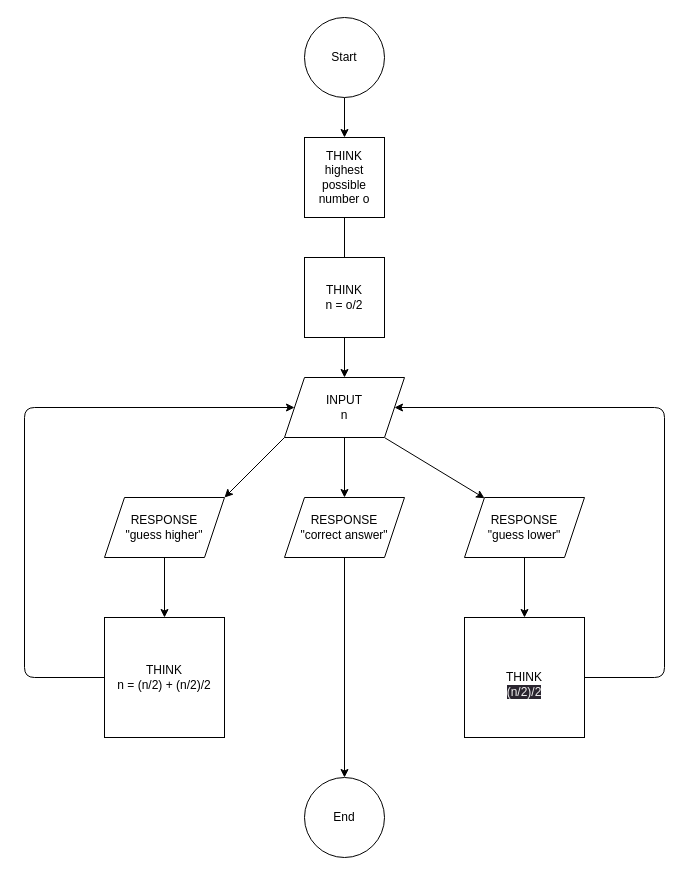
Above: basic/strategy.drawio in Sven-ja/algorithms-datastructures--day1 (draw.io), before the change. Source tidied: cells renumbered, new cells numbered last; positions are measured from the earlier drawing's top-left corner, leaving out a move shared by most shapes. Both pictures are drawn from the tidied source at 100%, with x=0, y=0 at pixel (24, 17).
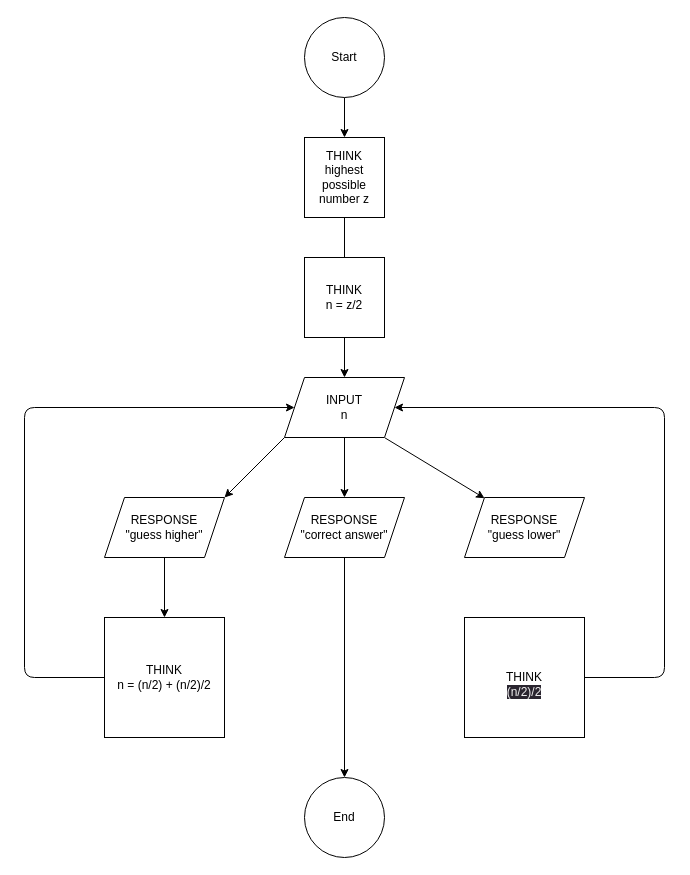
The same page after the edit.

Commit message (it also covers changes not shown here):
finished basic exercise

Unchanged cells that the change refers to:
```xml
<mxCell id="12" value="RESPONSE&lt;br&gt;&quot;guess lower&quot;" style="shape=parallelogram;perimeter=parallelogramPerimeter;whiteSpace=wrap;html=1;fixedSize=1;" parent="1" vertex="1">
  <mxGeometry x="440" y="480" width="120" height="60" as="geometry" />
</mxCell>
<mxCell id="19" value="&lt;br&gt;THINK&lt;br style=&quot;border-color: rgb(0, 0, 0); color: rgb(240, 240, 240); font-family: Helvetica; font-size: 12px; font-style: normal; font-variant-ligatures: normal; font-variant-caps: normal; font-weight: 400; letter-spacing: normal; orphans: 2; text-align: center; text-indent: 0px; text-transform: none; widows: 2; word-spacing: 0px; -webkit-text-stroke-width: 0px; background-color: rgb(42, 37, 47); text-decoration-thickness: initial; text-decoration-style: initial; text-decoration-color: initial;&quot;&gt;&lt;span style=&quot;color: rgb(240, 240, 240); font-family: Helvetica; font-size: 12px; font-style: normal; font-variant-ligatures: normal; font-variant-caps: normal; font-weight: 400; letter-spacing: normal; orphans: 2; text-align: center; text-indent: 0px; text-transform: none; widows: 2; word-spacing: 0px; -webkit-text-stroke-width: 0px; background-color: rgb(42, 37, 47); text-decoration-thickness: initial; text-decoration-style: initial; text-decoration-color: initial; float: none; display: inline !important;&quot;&gt;(n/2)/2&lt;/span&gt;&lt;br&gt;" style="whiteSpace=wrap;html=1;" parent="1" vertex="1">
  <mxGeometry x="440" y="600" width="120" height="120" as="geometry" />
</mxCell>
```

Diff of the diagram source:
```diff
@@
-    <mxCell id="6" value="THINK highest possible number o" style="whiteSpace=wrap;html=1;" parent="1" vertex="1">
+    <mxCell id="6" value="THINK highest possible number z" style="whiteSpace=wrap;html=1;" parent="1" vertex="1">
       <mxGeometry x="280" y="120" width="80" height="80" as="geometry" />
     </mxCell>
@@
-    <mxCell id="11" style="edgeStyle=none;html=1;exitX=0.5;exitY=1;exitDx=0;exitDy=0;entryX=0.5;entryY=0;entryDx=0;entryDy=0;" parent="1" edge="1" source="12" target="19">
-      <mxGeometry relative="1" as="geometry" />
-    </mxCell>
@@
-    <mxCell id="17" value="THINK&lt;br&gt;n = o/2" style="whiteSpace=wrap;html=1;" parent="1" vertex="1">
+    <mxCell id="17" value="THINK&lt;br&gt;n = z/2" style="whiteSpace=wrap;html=1;" parent="1" vertex="1">
       <mxGeometry x="280" y="240" width="80" height="80" as="geometry" />
     </mxCell>
```
